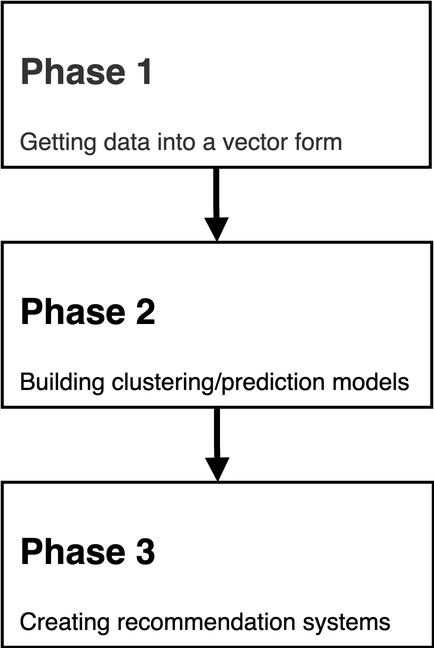
cwcyau/aim-optimal keeps this draw.io diagram as gfx/phases.png. Above is the earlier version. Source tidied: cells renumbered, new cells last; positions are measured from the earlier drawing's top-left corner, leaving out a move shared by most shapes.
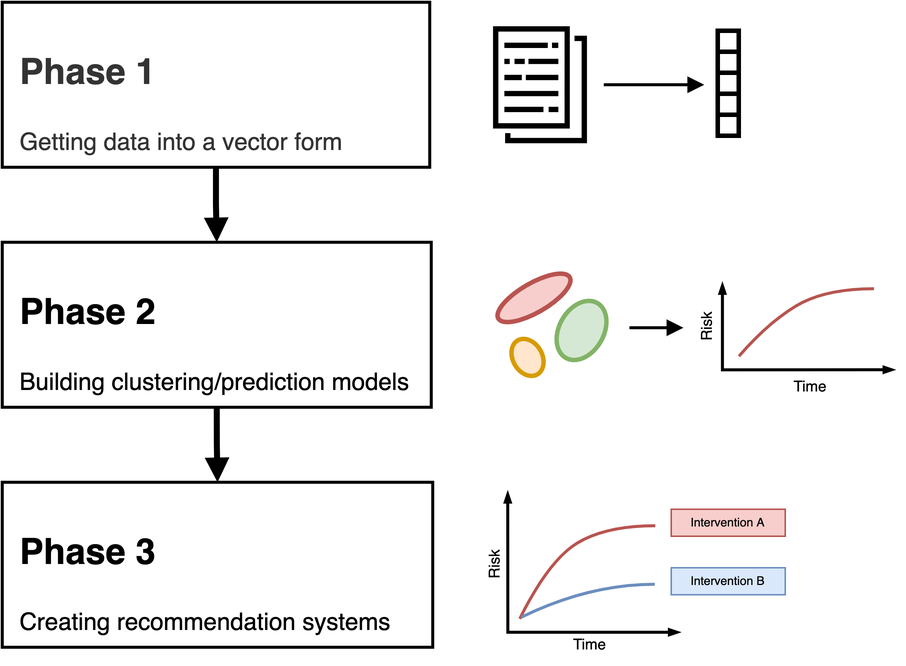
Later version of the same file.

Diff of the diagram source:
```diff
@@ -17,5 +17,110 @@
     <mxCell id="6" style="edgeStyle=orthogonalEdgeStyle;rounded=0;jettySize=auto;html=1;entryX=0.5;entryY=0;entryDx=0;entryDy=0;strokeWidth=4;endArrow=block;endFill=1;exitX=0.5;exitY=1;exitDx=0;exitDy=0;" parent="1" edge="1" source="4" target="5">
       <mxGeometry relative="1" as="geometry" />
     </mxCell>
+    <mxCell id="7" style="edgeStyle=orthogonalEdgeStyle;rounded=0;orthogonalLoop=1;jettySize=auto;html=1;endArrow=block;endFill=1;strokeWidth=2;" parent="1" edge="1">
+      <mxGeometry relative="1" as="geometry">
+        <mxPoint x="401" y="55" as="sourcePoint" />
+        <mxPoint x="468" y="55" as="targetPoint" />
+      </mxGeometry>
+    </mxCell>
+    <mxCell id="8" style="sketch=0;fontColor=#333333;fillColor=#000000;strokeColor=#000000;dashed=0;verticalLabelPosition=bottom;verticalAlign=top;align=center;html=1;fontSize=12;fontStyle=0;shape=mxgraph.aws4.data_set;strokeWidth=3;" parent="1" vertex="1">
+      <mxGeometry x="327" y="16" width="63" height="78" as="geometry" />
+    </mxCell>
+    <mxCell id="9" style="whiteSpace=wrap;html=1;strokeColor=#000000;strokeWidth=3;fillColor=none;" parent="1" vertex="1">
+      <mxGeometry x="477" y="19" width="14" height="14" as="geometry" />
+    </mxCell>
+    <mxCell id="10" style="whiteSpace=wrap;html=1;strokeColor=#000000;strokeWidth=3;fillColor=none;" parent="1" vertex="1">
+      <mxGeometry x="477" y="33" width="14" height="14" as="geometry" />
+    </mxCell>
+    <mxCell id="11" style="whiteSpace=wrap;html=1;strokeColor=#000000;strokeWidth=3;fillColor=none;" parent="1" vertex="1">
+      <mxGeometry x="477" y="47" width="14" height="14" as="geometry" />
+    </mxCell>
+    <mxCell id="12" style="whiteSpace=wrap;html=1;strokeColor=#000000;strokeWidth=3;fillColor=none;" parent="1" vertex="1">
+      <mxGeometry x="477" y="61" width="14" height="14" as="geometry" />
+    </mxCell>
+    <mxCell id="13" style="whiteSpace=wrap;html=1;strokeColor=#000000;strokeWidth=3;fillColor=none;" parent="1" vertex="1">
+      <mxGeometry x="477" y="75" width="14" height="14" as="geometry" />
+    </mxCell>
+    <mxCell id="14" style="ellipse;whiteSpace=wrap;html=1;strokeColor=#b85450;strokeWidth=3;fillColor=#f8cecc;rotation=-30;" parent="1" vertex="1">
+      <mxGeometry x="327" y="187.3" width="55" height="19.5" as="geometry" />
+    </mxCell>
+    <mxCell id="15" style="ellipse;whiteSpace=wrap;html=1;strokeColor=#d79b00;strokeWidth=3;fillColor=#ffe6cc;rotation=60;" parent="1" vertex="1">
+      <mxGeometry x="337.1" y="227" width="26.1" height="19.5" as="geometry" />
+    </mxCell>
+    <mxCell id="16" style="ellipse;whiteSpace=wrap;html=1;strokeColor=#82b366;strokeWidth=3;fillColor=#d5e8d4;rotation=120;" parent="1" vertex="1">
+      <mxGeometry x="365.1" y="204" width="42.1" height="29.6" as="geometry" />
+    </mxCell>
+    <mxCell id="17" style="endArrow=blockThin;startArrow=blockThin;html=1;rounded=0;strokeWidth=2;edgeStyle=orthogonalEdgeStyle;startFill=1;endFill=1;endSize=3;startSize=3;" parent="1" edge="1">
+      <mxGeometry relative="1" as="geometry">
+        <mxPoint x="595.1" y="245" as="sourcePoint" />
+        <mxPoint x="480.1" y="186.8" as="targetPoint" />
+        <Array as="points">
+          <mxPoint x="480.1" y="245" />
+        </Array>
+      </mxGeometry>
+    </mxCell>
+    <mxCell id="18" value="Time" style="text;html=1;strokeColor=none;fillColor=none;align=center;verticalAlign=middle;whiteSpace=wrap;rounded=0;fontSize=10;" parent="1" vertex="1">
+      <mxGeometry x="508.8" y="240" width="60" height="30" as="geometry" />
+    </mxCell>
+    <mxCell id="19" value="Risk" style="text;html=1;strokeColor=none;fillColor=none;align=center;verticalAlign=middle;whiteSpace=wrap;rounded=0;rotation=-90;fontSize=10;" parent="1" vertex="1">
+      <mxGeometry x="438.5" y="201.9" width="60" height="30" as="geometry" />
+    </mxCell>
+    <mxCell id="20" style="rounded=0;orthogonalLoop=1;jettySize=auto;html=1;endArrow=block;endFill=1;strokeWidth=2;" parent="1" edge="1">
+      <mxGeometry relative="1" as="geometry">
+        <mxPoint x="418.1" y="217" as="sourcePoint" />
+        <mxPoint x="454.1" y="217" as="targetPoint" />
+      </mxGeometry>
+    </mxCell>
+    <mxCell id="21" style="endArrow=blockThin;startArrow=blockThin;html=1;rounded=0;strokeWidth=2;edgeStyle=orthogonalEdgeStyle;startFill=1;endFill=1;endSize=3;startSize=3;" parent="1" edge="1">
+      <mxGeometry relative="1" as="geometry">
+        <mxPoint x="452" y="420" as="sourcePoint" />
+        <mxPoint x="337" y="326" as="targetPoint" />
+        <Array as="points">
+          <mxPoint x="452" y="420" />
+          <mxPoint x="337" y="420" />
+        </Array>
+      </mxGeometry>
+    </mxCell>
+    <mxCell id="22" value="Time" style="text;html=1;strokeColor=none;fillColor=none;align=center;verticalAlign=middle;whiteSpace=wrap;rounded=0;fontSize=10;" parent="1" vertex="1">
+      <mxGeometry x="362" y="412" width="60" height="30" as="geometry" />
+    </mxCell>
+    <mxCell id="23" value="Risk" style="text;html=1;strokeColor=none;fillColor=none;align=center;verticalAlign=middle;whiteSpace=wrap;rounded=0;rotation=-90;fontSize=10;" parent="1" vertex="1">
+      <mxGeometry x="297" y="360" width="60" height="30" as="geometry" />
+    </mxCell>
+    <mxCell id="24" style="curved=1;endArrow=none;html=1;rounded=0;fontSize=10;startSize=3;endSize=3;strokeWidth=2;endFill=0;fillColor=#f8cecc;strokeColor=#b85450;" parent="1" edge="1">
+      <mxGeometry relative="1" as="geometry">
+        <mxPoint x="491.1" y="236" as="sourcePoint" />
+        <mxPoint x="581.1" y="191" as="targetPoint" />
+        <Array as="points">
+          <mxPoint x="510.1" y="214" />
+          <mxPoint x="548.1" y="191" />
+        </Array>
+      </mxGeometry>
+    </mxCell>
+    <mxCell id="25" style="curved=1;endArrow=none;html=1;rounded=0;fontSize=10;startSize=3;endSize=3;strokeWidth=2;endFill=0;fillColor=#f8cecc;strokeColor=#b85450;" parent="1" edge="1">
+      <mxGeometry relative="1" as="geometry">
+        <mxPoint x="345" y="411" as="sourcePoint" />
+        <mxPoint x="435.4" y="349" as="targetPoint" />
+        <Array as="points">
+          <mxPoint x="364.4" y="372" />
+          <mxPoint x="402.4" y="349" />
+        </Array>
+      </mxGeometry>
+    </mxCell>
+    <mxCell id="26" style="curved=1;endArrow=none;html=1;rounded=0;fontSize=10;startSize=3;endSize=3;strokeWidth=2;endFill=0;fillColor=#dae8fc;strokeColor=#6c8ebf;" parent="1" edge="1">
+      <mxGeometry relative="1" as="geometry">
+        <mxPoint x="346" y="410" as="sourcePoint" />
+        <mxPoint x="435" y="388" as="targetPoint" />
+        <Array as="points">
+          <mxPoint x="391" y="388" />
+        </Array>
+      </mxGeometry>
+    </mxCell>
+    <mxCell id="27" value="Intervention B" style="text;html=1;strokeColor=#6c8ebf;fillColor=#dae8fc;align=center;verticalAlign=middle;whiteSpace=wrap;rounded=0;fontSize=8;" parent="1" vertex="1">
+      <mxGeometry x="446" y="377" width="76" height="18" as="geometry" />
+    </mxCell>
+    <mxCell id="28" value="Intervention A" style="text;html=1;strokeColor=#b85450;fillColor=#f8cecc;align=center;verticalAlign=middle;whiteSpace=wrap;rounded=0;fontSize=8;" parent="1" vertex="1">
+      <mxGeometry x="446" y="338" width="76" height="18" as="geometry" />
+    </mxCell>
   </root>
 </mxGraphModel>
```
